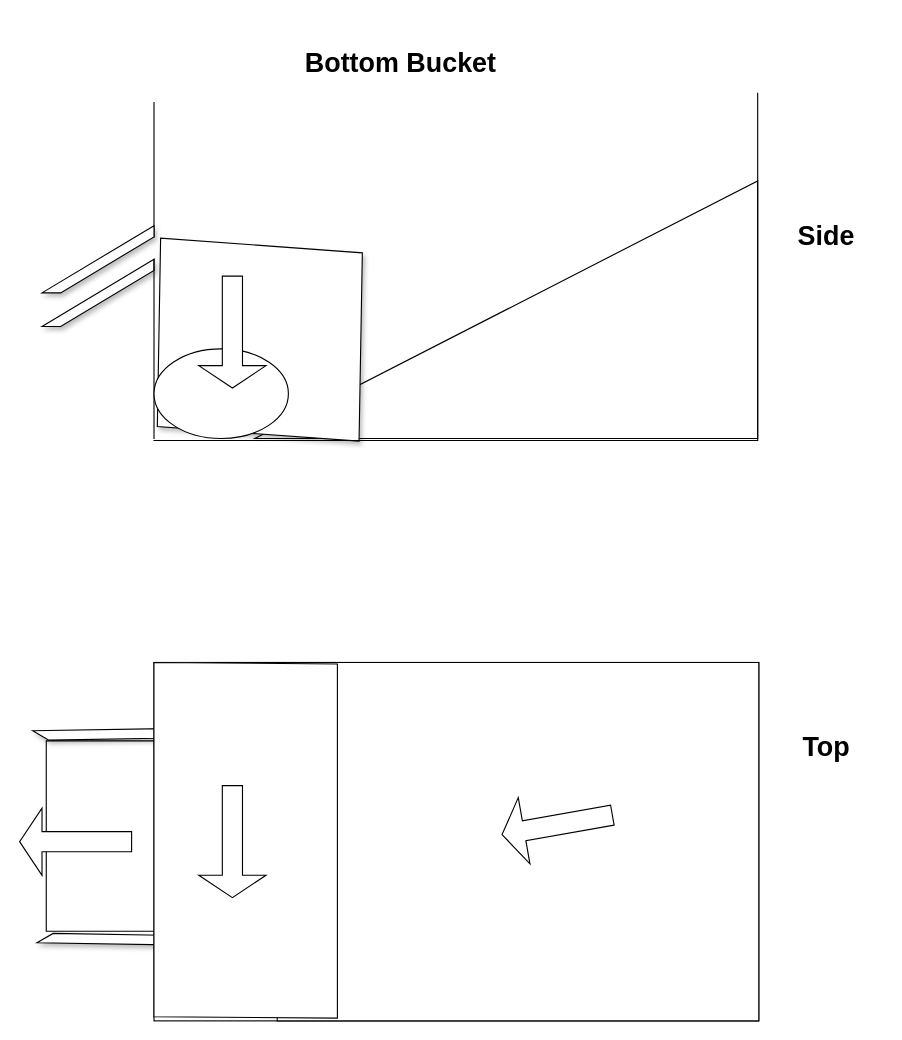
Above: page "Bottom Bucket" (1 of 2) of ballLift.drawio in DrBiffness/pachinko-lift (draw.io), before the change. Source tidied: cells renumbered, new cells numbered last; positions are measured from the earlier drawing's top-left corner, leaving out a move shared by most shapes. Both pictures are drawn from the tidied source at 112%, with x=0, y=0 at pixel (19, 24).
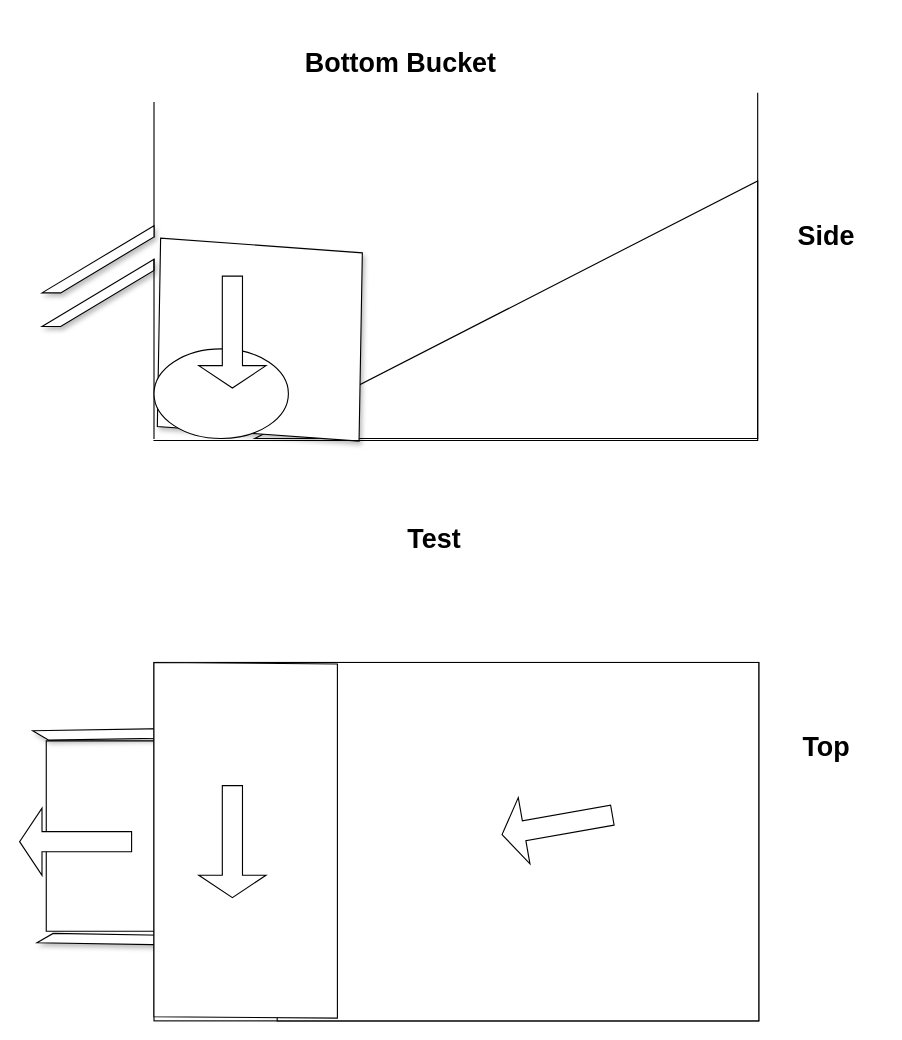
Above is the later version.

Change to the diagram source:
```diff
@@
+    <mxCell id="23" value="Test" style="text;strokeColor=none;fillColor=none;html=1;fontSize=24;fontStyle=1;verticalAlign=middle;align=center;" parent="1" vertex="1">
+      <mxGeometry x="320" y="440" width="100" height="40" as="geometry" />
+    </mxCell>
```
